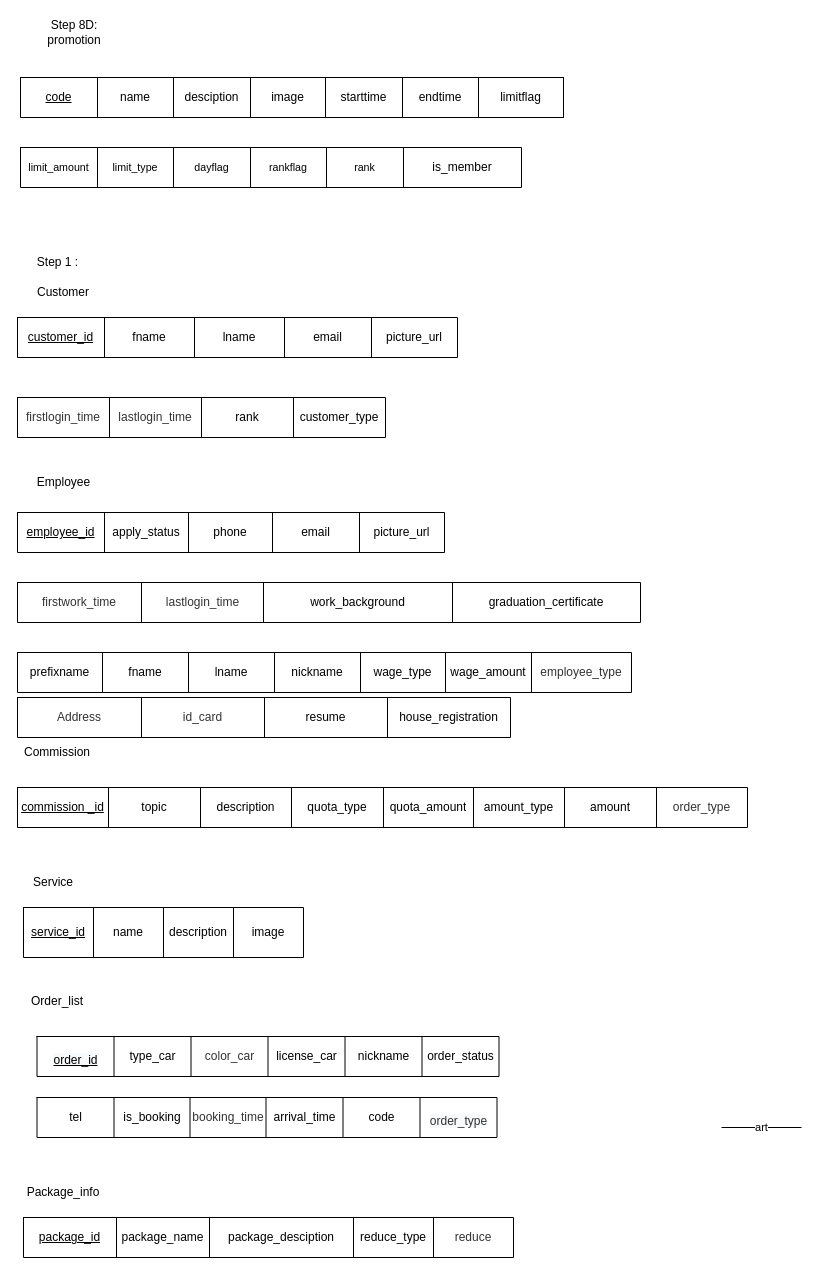
jarawin/carcare keeps this draw.io diagram as page "Step_P1" (2 of 7) of carcare.drawio. Above is the earlier version. Source tidied: cells renumbered, new cells numbered last; positions are measured from the earlier drawing's top-left corner, leaving out a move shared by most shapes. Both pictures are drawn from the tidied source at 100%, with x=0, y=0 at pixel (17, 17).
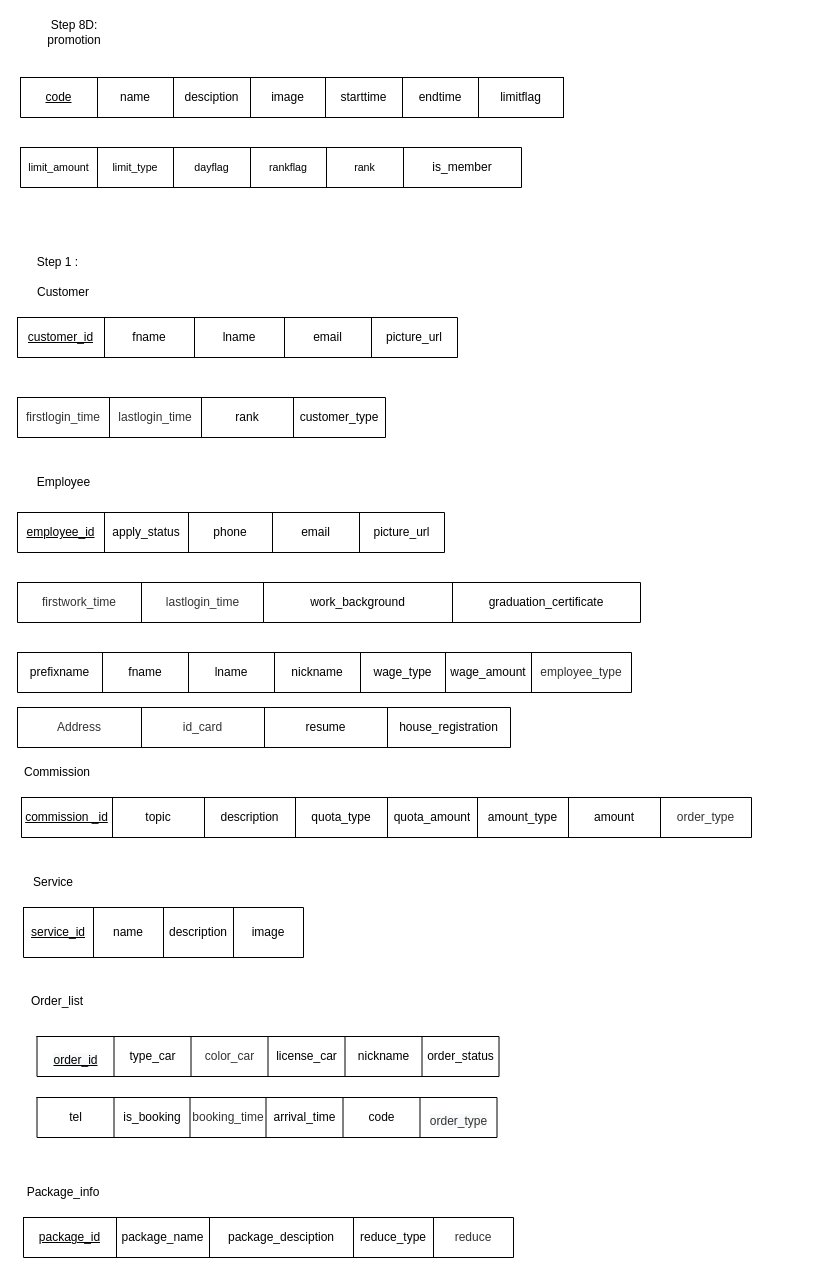
Above is the later version.

Change to the diagram source:
```diff
@@
     <mxCell id="59" value="Commission" style="text;html=1;strokeColor=none;fillColor=none;align=center;verticalAlign=middle;whiteSpace=wrap;rounded=0;fontFamily=Helvetica;fontSize=12;fontColor=default;startSize=0;" parent="1" vertex="1">
-      <mxGeometry x="10" y="720" width="60" height="30" as="geometry" />
+      <mxGeometry x="10" y="740" width="60" height="30" as="geometry" />
     </mxCell>
     <mxCell id="60" style="shape=table;startSize=0;childLayout=tableLayout;strokeColor=default;fontFamily=Helvetica;fontSize=12;fontColor=default;fillColor=default;html=1;" parent="1" vertex="1">
-      <mxGeometry y="770" width="730" height="40" as="geometry" />
+      <mxGeometry x="4" y="780" width="730" height="40" as="geometry" />
     </mxCell>
@@
-    <mxCell id="103" value="art" style="edgeStyle=none;orthogonalLoop=1;jettySize=auto;html=1;rounded=0;endArrow=none;endFill=0;" parent="1" edge="1">
-      <mxGeometry relative="1" as="geometry">
-        <mxPoint x="704" y="1110" as="sourcePoint" />
-        <mxPoint x="784" y="1110" as="targetPoint" />
-      </mxGeometry>
-    </mxCell>
     <mxCell id="104" style="shape=table;startSize=0;childLayout=tableLayout;strokeColor=default;fontFamily=Helvetica;fontSize=12;fontColor=default;fillColor=default;html=1;" parent="1" vertex="1">
-      <mxGeometry y="680" width="493" height="40" as="geometry" />
+      <mxGeometry y="690" width="493" height="40" as="geometry" />
     </mxCell>
```
